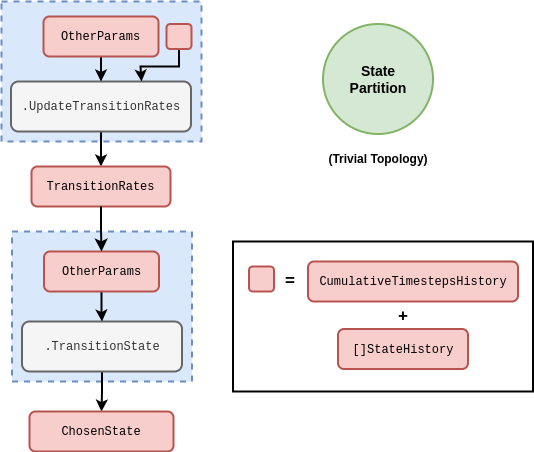
umbralcalc/umbralcalc.github.io keeps this draw.io diagram as assets/dexetera/dexetera-simple-state-partition-graph.drawio.png. Above is the earlier version. Source tidied: cells renumbered, new cells last; positions are measured from the earlier drawing's top-left corner, leaving out a move shared by most shapes.
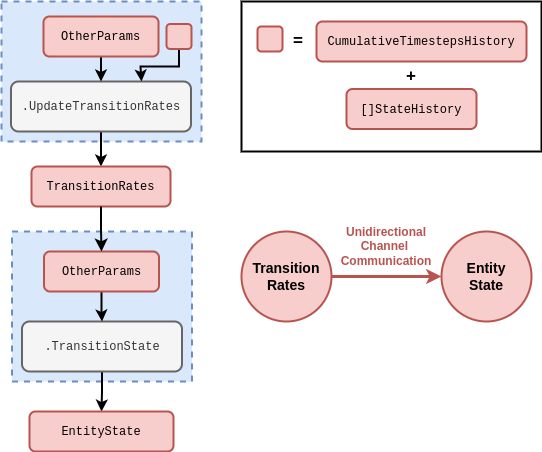
The same file after the commit.

Commit message:
Updated the graph computations

Diff of the diagram source:
```diff
@@ -2,12 +2,12 @@
   <root>
     <mxCell id="0" />
     <mxCell id="1" parent="0" />
+    <mxCell id="25" style="edgeStyle=orthogonalEdgeStyle;rounded=0;jettySize=auto;html=1;strokeWidth=3;fillColor=#f8cecc;strokeColor=#b85450;" parent="1" edge="1" source="2" target="26">
+      <mxGeometry relative="1" as="geometry" />
+    </mxCell>
-    <mxCell id="2" value="&lt;b style=&quot;&quot;&gt;&lt;font style=&quot;font-size: 14px;&quot; face=&quot;Helvetica&quot;&gt;State&lt;br&gt;Partition&lt;/font&gt;&lt;/b&gt;" style="ellipse;whiteSpace=wrap;html=1;fillColor=#d5e8d4;strokeColor=#82b366;strokeWidth=2;" parent="1" vertex="1">
-      <mxGeometry x="321.5" y="22.5" width="110" height="110" as="geometry" />
+    <mxCell id="2" value="&lt;span style=&quot;font-size: 14px;&quot;&gt;&lt;b&gt;Transition&lt;/b&gt;&lt;/span&gt;&lt;div&gt;&lt;span style=&quot;font-size: 14px;&quot;&gt;&lt;b&gt;Rates&lt;/b&gt;&lt;/span&gt;&lt;/div&gt;" style="ellipse;whiteSpace=wrap;html=1;fillColor=#f8cecc;strokeColor=#b85450;strokeWidth=2;" parent="1" vertex="1">
+      <mxGeometry x="240" y="230" width="90" height="90" as="geometry" />
     </mxCell>
-    <mxCell id="3" value="&lt;b&gt;(Trivial Topology)&lt;/b&gt;" style="text;html=1;strokeColor=none;fillColor=none;align=center;verticalAlign=middle;whiteSpace=wrap;rounded=0;" parent="1" vertex="1">
-      <mxGeometry x="321.5" y="142.5" width="110" height="30" as="geometry" />
-    </mxCell>
     <mxCell id="4" style="rounded=0;whiteSpace=wrap;html=1;dashed=1;strokeWidth=2;fillColor=#dae8fc;strokeColor=#6c8ebf;" parent="1" vertex="1">
       <mxGeometry width="200" height="140" as="geometry" />
     </mxCell>
@@ -41,7 +41,7 @@
     <mxCell id="14" value="&lt;font face=&quot;Courier New&quot;&gt;OtherParams&lt;/font&gt;" style="rounded=1;whiteSpace=wrap;html=1;strokeWidth=2;fillColor=#f8cecc;strokeColor=#b85450;" parent="1" vertex="1">
       <mxGeometry x="42.5" y="250" width="115" height="40" as="geometry" />
     </mxCell>
-    <mxCell id="15" value="&lt;font face=&quot;Courier New&quot;&gt;ChosenState&lt;/font&gt;" style="rounded=1;whiteSpace=wrap;html=1;strokeWidth=2;fillColor=#f8cecc;strokeColor=#b85450;" parent="1" vertex="1">
+    <mxCell id="15" value="&lt;font face=&quot;Courier New&quot;&gt;EntityState&lt;/font&gt;" style="rounded=1;whiteSpace=wrap;html=1;strokeWidth=2;fillColor=#f8cecc;strokeColor=#b85450;" parent="1" vertex="1">
       <mxGeometry x="28" y="410" width="144" height="40" as="geometry" />
     </mxCell>
     <mxCell id="16" style="edgeStyle=orthogonalEdgeStyle;rounded=0;jettySize=auto;html=1;endSize=7;strokeWidth=2;" parent="1" edge="1" source="7" target="14">
@@ -61,22 +61,28 @@
       <mxGeometry x="165" y="22.5" width="25" height="25" as="geometry" />
     </mxCell>
     <mxCell id="19" style="rounded=0;whiteSpace=wrap;html=1;strokeWidth=2;" parent="1" vertex="1">
-      <mxGeometry x="231.5" y="240" width="300" height="150" as="geometry" />
+      <mxGeometry x="240" width="300" height="150" as="geometry" />
     </mxCell>
     <mxCell id="20" value="&lt;font face=&quot;Courier New&quot;&gt;[]StateHistory&lt;/font&gt;" style="rounded=1;whiteSpace=wrap;html=1;strokeWidth=2;fillColor=#f8cecc;strokeColor=#b85450;" parent="1" vertex="1">
-      <mxGeometry x="336.5" y="327.5" width="130" height="40" as="geometry" />
+      <mxGeometry x="345" y="87.5" width="130" height="40" as="geometry" />
     </mxCell>
     <mxCell id="21" value="&lt;font face=&quot;Courier New&quot;&gt;CumulativeTimestepsHistory&lt;/font&gt;" style="rounded=1;whiteSpace=wrap;html=1;strokeWidth=2;fillColor=#f8cecc;strokeColor=#b85450;" parent="1" vertex="1">
-      <mxGeometry x="306.5" y="260" width="210" height="40" as="geometry" />
+      <mxGeometry x="315" y="20" width="210" height="40" as="geometry" />
     </mxCell>
     <mxCell id="22" style="rounded=1;whiteSpace=wrap;html=1;strokeWidth=2;fillColor=#f8cecc;strokeColor=#b85450;" parent="1" vertex="1">
-      <mxGeometry x="247.5" y="265" width="25" height="25" as="geometry" />
+      <mxGeometry x="256" y="25" width="25" height="25" as="geometry" />
     </mxCell>
     <mxCell id="23" value="&lt;b&gt;&lt;font style=&quot;font-size: 17px;&quot;&gt;=&lt;/font&gt;&lt;/b&gt;" style="text;html=1;align=center;verticalAlign=middle;whiteSpace=wrap;rounded=0;" parent="1" vertex="1">
-      <mxGeometry x="276.5" y="265" width="24" height="30" as="geometry" />
+      <mxGeometry x="285" y="25" width="24" height="30" as="geometry" />
     </mxCell>
     <mxCell id="24" value="&lt;b&gt;&lt;font style=&quot;font-size: 17px;&quot;&gt;+&lt;/font&gt;&lt;/b&gt;" style="text;html=1;align=center;verticalAlign=middle;whiteSpace=wrap;rounded=0;" parent="1" vertex="1">
-      <mxGeometry x="371.5" y="300" width="60" height="30" as="geometry" />
+      <mxGeometry x="380" y="60" width="60" height="30" as="geometry" />
     </mxCell>
+    <mxCell id="26" value="&lt;span style=&quot;font-size: 14px;&quot;&gt;&lt;b&gt;Entity&lt;/b&gt;&lt;/span&gt;&lt;br&gt;&lt;div&gt;&lt;span style=&quot;font-size: 14px;&quot;&gt;&lt;b&gt;State&lt;/b&gt;&lt;/span&gt;&lt;/div&gt;" style="ellipse;whiteSpace=wrap;html=1;fillColor=#f8cecc;strokeColor=#b85450;strokeWidth=2;" parent="1" vertex="1">
+      <mxGeometry x="440" y="230" width="90" height="90" as="geometry" />
+    </mxCell>
+    <mxCell id="27" value="&lt;div&gt;&lt;font color=&quot;#b85450&quot;&gt;&lt;b&gt;Unidirectional&lt;br&gt;&lt;/b&gt;&lt;/font&gt;&lt;div&gt;&lt;b&gt;&lt;font color=&quot;#b85450&quot;&gt;Channel&amp;nbsp;&lt;/font&gt;&lt;/b&gt;&lt;/div&gt;&lt;div&gt;&lt;b&gt;&lt;font color=&quot;#b85450&quot;&gt;Communication&lt;/font&gt;&lt;/b&gt;&lt;/div&gt;&lt;/div&gt;" style="text;html=1;align=center;verticalAlign=middle;whiteSpace=wrap;rounded=0;" parent="1" vertex="1">
+      <mxGeometry x="311" y="230" width="148" height="30" as="geometry" />
+    </mxCell>
   </root>
 </mxGraphModel>
```
